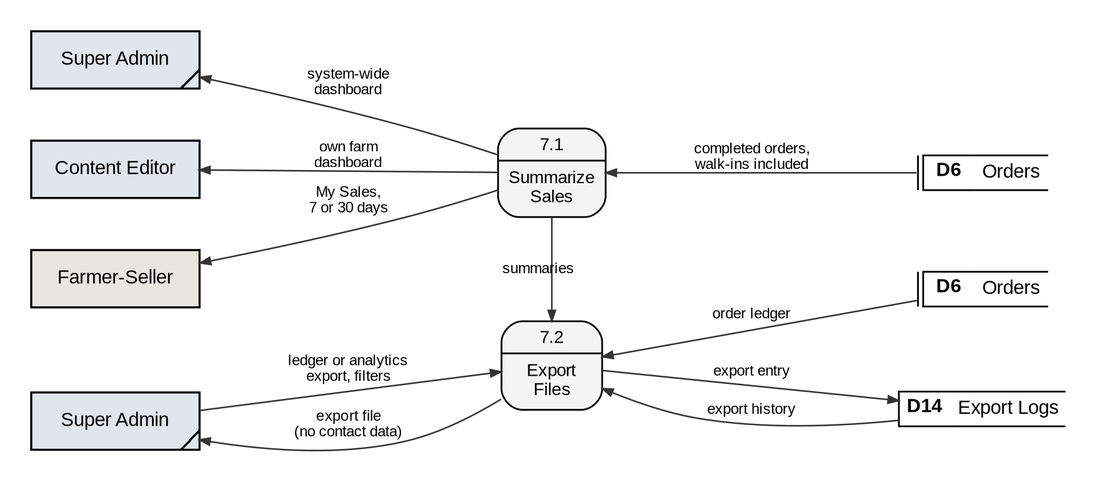
This is docs/manuscript/figures/fig6_2_7_dfd_level2.png from shawncastaneda11-commits/anihow-backend, a Graphviz export, as it was before one commit. Its source is kept beside it as docs/manuscript/figures/src/fig6_2_7_dfd_level2.dot.
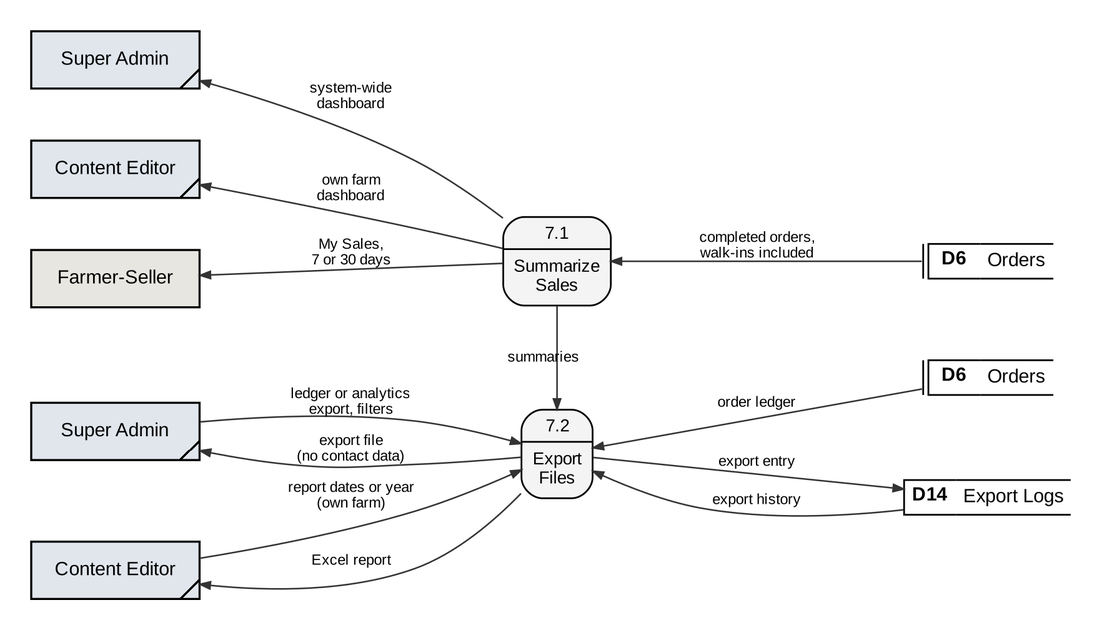
Later version of the same file.

Change to the diagram source:
```diff
@@ -5,11 +5,12 @@
   q7a [shape=plaintext, margin=0, width=0, height=0, label=<<TABLE STYLE="ROUNDED" BORDER="1" CELLBORDER="0" CELLSPACING="0" CELLPADDING="3" BGCOLOR="#F4F4F4"><TR><TD><FONT POINT-SIZE="10.5">7.1</FONT></TD></TR><HR/><TR><TD CELLPADDING="5"><FONT POINT-SIZE="10.5">Summarize<BR/>Sales</FONT></TD></TR></TABLE>>];
   D6_q7a [shape=plaintext, margin=0, width=0, height=0, label=<<TABLE BORDER="0" CELLBORDER="1" CELLSPACING="0" CELLPADDING="3"><TR><TD SIDES="L" WIDTH="3" CELLPADDING="0"></TD><TD SIDES="TBL" WIDTH="30"><B>D6</B></TD><TD SIDES="TB" ALIGN="LEFT">Orders</TD></TR></TABLE>>];
   sa_q7a [shape=box, style=filled, fillcolor="#E1E6ED", penwidth=1.2, width=1.35, height=0.46, label="Super Admin", comment="gsdup"];
-  ce_q7a [shape=box, style=filled, fillcolor="#E1E6ED", penwidth=1.2, width=1.35, height=0.46, label="Content Editor"];
+  ce_q7a [shape=box, style=filled, fillcolor="#E1E6ED", penwidth=1.2, width=1.35, height=0.46, label="Content Editor", comment="gsdup"];
   fs_q7a [shape=box, style=filled, fillcolor="#E8E6E0", penwidth=1.2, width=1.35, height=0.46, label="Farmer-Seller"];
   q7b [shape=plaintext, margin=0, width=0, height=0, label=<<TABLE STYLE="ROUNDED" BORDER="1" CELLBORDER="0" CELLSPACING="0" CELLPADDING="3" BGCOLOR="#F4F4F4"><TR><TD><FONT POINT-SIZE="10.5">7.2</FONT></TD></TR><HR/><TR><TD CELLPADDING="5"><FONT POINT-SIZE="10.5">Export<BR/>Files</FONT></TD></TR></TABLE>>];
   D6_q7b [shape=plaintext, margin=0, width=0, height=0, label=<<TABLE BORDER="0" CELLBORDER="1" CELLSPACING="0" CELLPADDING="3"><TR><TD SIDES="L" WIDTH="3" CELLPADDING="0"></TD><TD SIDES="TBL" WIDTH="30"><B>D6</B></TD><TD SIDES="TB" ALIGN="LEFT">Orders</TD></TR></TABLE>>];
   sa_q7b [shape=box, style=filled, fillcolor="#E1E6ED", penwidth=1.2, width=1.35, height=0.46, label="Super Admin", comment="gsdup"];
+  ce_q7b [shape=box, style=filled, fillcolor="#E1E6ED", penwidth=1.2, width=1.35, height=0.46, label="Content Editor", comment="gsdup"];
   D14_q7b [shape=plaintext, margin=0, width=0, height=0, label=<<TABLE BORDER="0" CELLBORDER="1" CELLSPACING="0" CELLPADDING="3"><TR><TD SIDES="TBL" WIDTH="30"><B>D14</B></TD><TD SIDES="TB" ALIGN="LEFT">Export Logs</TD></TR></TABLE>>];
   q7a -> D6_q7a [label="completed orders,\nwalk-ins included", dir=back];
   sa_q7a -> q7a [label="system-wide\ndashboard", dir=back];
@@ -19,9 +20,11 @@
   sa_q7b -> q7b [label="ledger or analytics\nexport, filters"];
   q7b -> D6_q7b [label="order ledger", dir=back];
   sa_q7b -> q7b [label="export file\n(no contact data)", dir=back];
+  ce_q7b -> q7b [label="report dates or year\n(own farm)"];
+  ce_q7b -> q7b [label="Excel report", dir=back];
   q7b -> D14_q7b [label="export entry"];
   q7b -> D14_q7b [label="export history", dir=back];
-  {rank=same; sa_q7a; ce_q7a; fs_q7a; sa_q7b}
+  {rank=same; sa_q7a; ce_q7a; fs_q7a; sa_q7b; ce_q7b}
   {rank=same; D6_q7a; D6_q7b; D14_q7b}
   {rank=same; q7a; q7b}
   q7a -> q7b [style=invis, weight=10];
```
